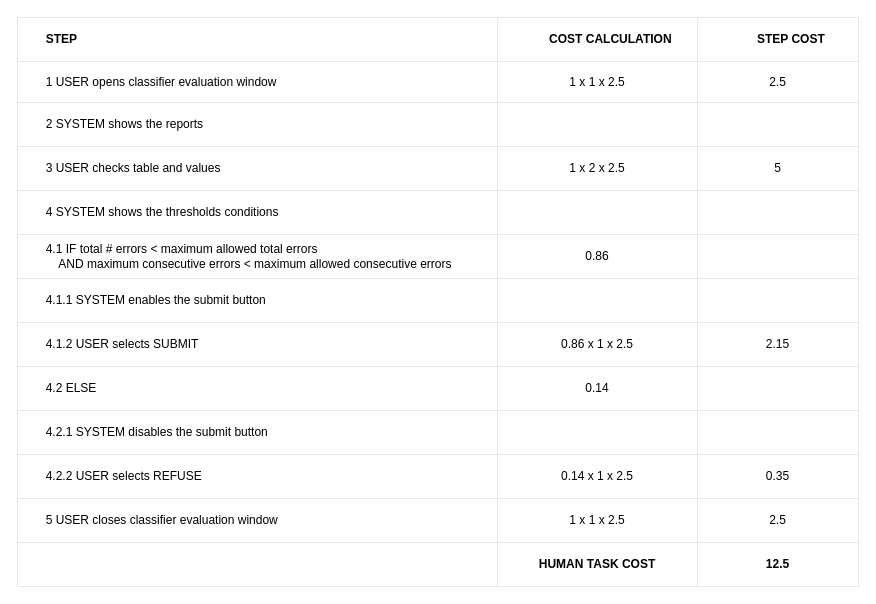
The draw.io diagram evaluate classifier (Jaco)/EVALUATE_CLASSIFIER_TABLE.drawio in BaffoBello14/AutomaticDamagesRecognition, before the edit. Source tidied: cells renumbered, new cells numbered last; positions are measured from the earlier drawing's top-left corner, leaving out a move shared by most shapes. Both pictures are drawn from the tidied source at 100%, with x=0, y=0 at pixel (17, 17).
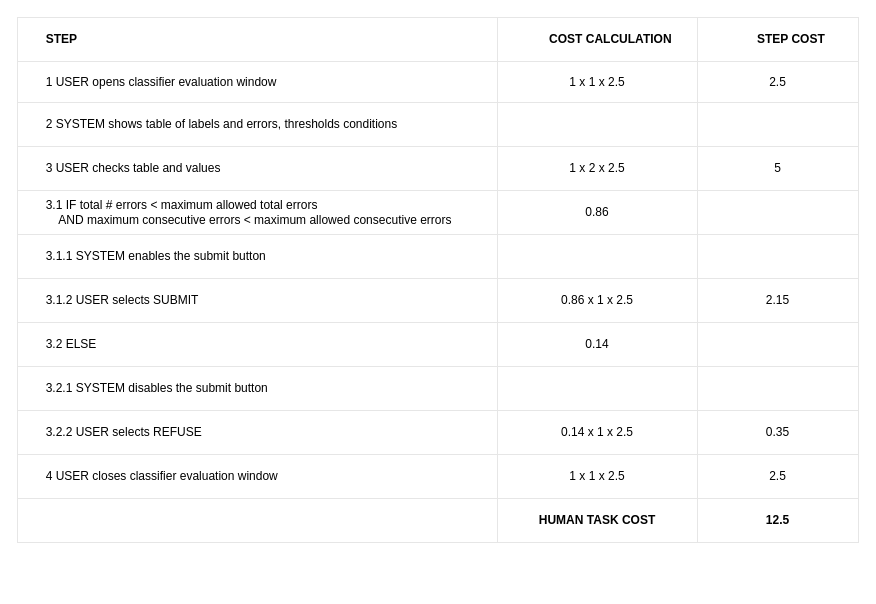
After the change.

Unchanged cells that the change refers to:
```xml
<mxCell id="11" style="shape=tableRow;horizontal=0;startSize=0;swimlaneHead=0;swimlaneBody=0;top=0;left=0;bottom=0;right=0;fontStyle=0;fillColor=none;strokeColor=inherit;align=center;" parent="2" vertex="1">
  <mxGeometry y="85" width="841" height="44" as="geometry" />
</mxCell>
```

The edit, as a diff of the source:
```diff
@@
     <mxCell id="2" style="childLayout=tableLayout;shadow=0;strokeColor=#E6E6E6;align=center;" parent="1" vertex="1">
-      <mxGeometry width="841" height="569" as="geometry" />
+      <mxGeometry width="841" height="525" as="geometry" />
     </mxCell>
@@
-    <mxCell id="12" value="&lt;span style=&quot;white-space: pre;&quot;&gt;&#9;&lt;/span&gt;2 SYSTEM shows the reports" style="strokeColor=inherit;fillColor=none;align=left;whiteSpace=wrap;html=1;labelPosition=center;verticalLabelPosition=middle;verticalAlign=middle;" parent="11" vertex="1">
+    <mxCell id="12" value="&lt;span style=&quot;&quot;&gt;&#9;&lt;/span&gt;&lt;span style=&quot;white-space: pre;&quot;&gt;&#9;&lt;/span&gt;2 SYSTEM shows table of labels and errors, thresholds conditions" style="strokeColor=inherit;fillColor=none;align=left;whiteSpace=wrap;html=1;labelPosition=center;verticalLabelPosition=middle;verticalAlign=middle;" parent="11" vertex="1">
       <mxGeometry width="480" height="44" as="geometry" />
     </mxCell>
@@
-    <mxCell id="19" style="shape=tableRow;horizontal=0;startSize=0;swimlaneHead=0;swimlaneBody=0;top=0;left=0;bottom=0;right=0;fontStyle=0;fillColor=none;strokeColor=inherit;align=center;" parent="2" vertex="1">
-      <mxGeometry y="173" width="841" height="44" as="geometry" />
-    </mxCell>
-    <mxCell id="20" value="&lt;span style=&quot;white-space: pre;&quot;&gt;&#9;&lt;/span&gt;4&amp;nbsp;SYSTEM shows the thresholds conditions" style="strokeColor=inherit;fillColor=none;align=left;whiteSpace=wrap;html=1;labelPosition=center;verticalLabelPosition=middle;verticalAlign=middle;" parent="19" vertex="1">
-      <mxGeometry width="480" height="44" as="geometry" />
-    </mxCell>
-    <mxCell id="21" style="strokeColor=inherit;fillColor=none;align=center;whiteSpace=wrap;html=1;" parent="19" vertex="1">
-      <mxGeometry x="480" width="200" height="44" as="geometry" />
-    </mxCell>
-    <mxCell id="22" style="strokeColor=inherit;fillColor=none;align=center;whiteSpace=wrap;html=1;" parent="19" vertex="1">
-      <mxGeometry x="680" width="161" height="44" as="geometry" />
-    </mxCell>
     <mxCell id="23" style="shape=tableRow;horizontal=0;startSize=0;swimlaneHead=0;swimlaneBody=0;top=0;left=0;bottom=0;right=0;fontStyle=0;fillColor=none;strokeColor=inherit;align=center;" parent="2" vertex="1">
-      <mxGeometry y="217" width="841" height="44" as="geometry" />
+      <mxGeometry y="173" width="841" height="44" as="geometry" />
     </mxCell>
-    <mxCell id="24" value="&lt;span style=&quot;white-space: pre;&quot;&gt;&#9;&lt;/span&gt;4.1&amp;nbsp;IF total # errors &amp;lt; maximum allowed total errors &lt;br&gt;&lt;span style=&quot;white-space: pre;&quot;&gt;&#9;&lt;/span&gt;&amp;nbsp; &amp;nbsp; AND maximum consecutive errors&amp;nbsp;&amp;lt; maximum allowed consecutive errors" style="strokeColor=inherit;fillColor=none;align=left;whiteSpace=wrap;html=1;labelPosition=center;verticalLabelPosition=middle;verticalAlign=middle;" parent="23" vertex="1">
+    <mxCell id="24" value="&lt;span style=&quot;white-space: pre;&quot;&gt;&#9;&lt;/span&gt;3.1&amp;nbsp;IF total # errors &amp;lt; maximum allowed total errors &lt;br&gt;&lt;span style=&quot;white-space: pre;&quot;&gt;&#9;&lt;/span&gt;&amp;nbsp; &amp;nbsp; AND maximum consecutive errors&amp;nbsp;&amp;lt; maximum allowed consecutive errors" style="strokeColor=inherit;fillColor=none;align=left;whiteSpace=wrap;html=1;labelPosition=center;verticalLabelPosition=middle;verticalAlign=middle;" parent="23" vertex="1">
       <mxGeometry width="480" height="44" as="geometry" />
     </mxCell>
@@
     <mxCell id="27" style="shape=tableRow;horizontal=0;startSize=0;swimlaneHead=0;swimlaneBody=0;top=0;left=0;bottom=0;right=0;fontStyle=0;fillColor=none;strokeColor=inherit;align=center;" parent="2" vertex="1">
-      <mxGeometry y="261" width="841" height="44" as="geometry" />
+      <mxGeometry y="217" width="841" height="44" as="geometry" />
     </mxCell>
-    <mxCell id="28" value="&lt;span style=&quot;white-space: pre;&quot;&gt;&#9;&lt;/span&gt;4.1.1 SYSTEM enables the submit button" style="strokeColor=inherit;fillColor=none;align=left;whiteSpace=wrap;html=1;labelPosition=center;verticalLabelPosition=middle;verticalAlign=middle;" parent="27" vertex="1">
+    <mxCell id="28" value="&lt;span style=&quot;white-space: pre;&quot;&gt;&#9;&lt;/span&gt;3.1.1 SYSTEM enables the submit button" style="strokeColor=inherit;fillColor=none;align=left;whiteSpace=wrap;html=1;labelPosition=center;verticalLabelPosition=middle;verticalAlign=middle;" parent="27" vertex="1">
       <mxGeometry width="480" height="44" as="geometry" />
     </mxCell>
@@
     <mxCell id="31" style="shape=tableRow;horizontal=0;startSize=0;swimlaneHead=0;swimlaneBody=0;top=0;left=0;bottom=0;right=0;fontStyle=0;fillColor=none;strokeColor=inherit;align=center;" parent="2" vertex="1">
-      <mxGeometry y="305" width="841" height="44" as="geometry" />
+      <mxGeometry y="261" width="841" height="44" as="geometry" />
     </mxCell>
-    <mxCell id="32" value="&lt;span style=&quot;white-space: pre;&quot;&gt;&#9;&lt;/span&gt;4.1.2 USER selects SUBMIT" style="strokeColor=inherit;fillColor=none;align=left;whiteSpace=wrap;html=1;labelPosition=center;verticalLabelPosition=middle;verticalAlign=middle;" parent="31" vertex="1">
+    <mxCell id="32" value="&lt;span style=&quot;white-space: pre;&quot;&gt;&#9;&lt;/span&gt;3.1.2 USER selects SUBMIT" style="strokeColor=inherit;fillColor=none;align=left;whiteSpace=wrap;html=1;labelPosition=center;verticalLabelPosition=middle;verticalAlign=middle;" parent="31" vertex="1">
       <mxGeometry width="480" height="44" as="geometry" />
     </mxCell>
@@
     <mxCell id="35" style="shape=tableRow;horizontal=0;startSize=0;swimlaneHead=0;swimlaneBody=0;top=0;left=0;bottom=0;right=0;fontStyle=0;fillColor=none;strokeColor=inherit;align=center;" parent="2" vertex="1">
-      <mxGeometry y="349" width="841" height="44" as="geometry" />
+      <mxGeometry y="305" width="841" height="44" as="geometry" />
     </mxCell>
-    <mxCell id="36" value="&lt;span style=&quot;white-space: pre;&quot;&gt;&#9;&lt;/span&gt;4.2 ELSE" style="strokeColor=inherit;fillColor=none;align=left;whiteSpace=wrap;html=1;labelPosition=center;verticalLabelPosition=middle;verticalAlign=middle;" parent="35" vertex="1">
+    <mxCell id="36" value="&lt;span style=&quot;white-space: pre;&quot;&gt;&#9;&lt;/span&gt;3.2 ELSE" style="strokeColor=inherit;fillColor=none;align=left;whiteSpace=wrap;html=1;labelPosition=center;verticalLabelPosition=middle;verticalAlign=middle;" parent="35" vertex="1">
       <mxGeometry width="480" height="44" as="geometry" />
     </mxCell>
@@
     <mxCell id="39" style="shape=tableRow;horizontal=0;startSize=0;swimlaneHead=0;swimlaneBody=0;top=0;left=0;bottom=0;right=0;fontStyle=0;fillColor=none;strokeColor=inherit;align=center;" parent="2" vertex="1">
-      <mxGeometry y="393" width="841" height="44" as="geometry" />
+      <mxGeometry y="349" width="841" height="44" as="geometry" />
     </mxCell>
-    <mxCell id="40" value="&lt;span style=&quot;white-space: pre;&quot;&gt;&#9;&lt;/span&gt;4.2.1 SYSTEM disables the submit button" style="strokeColor=inherit;fillColor=none;align=left;whiteSpace=wrap;html=1;labelPosition=center;verticalLabelPosition=middle;verticalAlign=middle;" parent="39" vertex="1">
+    <mxCell id="40" value="&lt;span style=&quot;white-space: pre;&quot;&gt;&#9;&lt;/span&gt;3.2.1 SYSTEM disables the submit button" style="strokeColor=inherit;fillColor=none;align=left;whiteSpace=wrap;html=1;labelPosition=center;verticalLabelPosition=middle;verticalAlign=middle;" parent="39" vertex="1">
       <mxGeometry width="480" height="44" as="geometry" />
     </mxCell>
@@
     <mxCell id="43" style="shape=tableRow;horizontal=0;startSize=0;swimlaneHead=0;swimlaneBody=0;top=0;left=0;bottom=0;right=0;fontStyle=0;fillColor=none;strokeColor=inherit;align=center;" parent="2" vertex="1">
-      <mxGeometry y="437" width="841" height="44" as="geometry" />
+      <mxGeometry y="393" width="841" height="44" as="geometry" />
     </mxCell>
-    <mxCell id="44" value="&#9;&lt;span style=&quot;white-space: pre;&quot;&gt;&#9;&lt;/span&gt;4.2.2 USER selects REFUSE" style="strokeColor=inherit;fillColor=none;align=left;whiteSpace=wrap;html=1;labelPosition=center;verticalLabelPosition=middle;verticalAlign=middle;" parent="43" vertex="1">
+    <mxCell id="44" value="&#9;&lt;span style=&quot;white-space: pre;&quot;&gt;&#9;&lt;/span&gt;3.2.2 USER selects REFUSE" style="strokeColor=inherit;fillColor=none;align=left;whiteSpace=wrap;html=1;labelPosition=center;verticalLabelPosition=middle;verticalAlign=middle;" parent="43" vertex="1">
       <mxGeometry width="480" height="44" as="geometry" />
     </mxCell>
@@
     <mxCell id="47" style="shape=tableRow;horizontal=0;startSize=0;swimlaneHead=0;swimlaneBody=0;top=0;left=0;bottom=0;right=0;fontStyle=0;fillColor=none;strokeColor=inherit;align=center;" parent="2" vertex="1">
-      <mxGeometry y="481" width="841" height="44" as="geometry" />
+      <mxGeometry y="437" width="841" height="44" as="geometry" />
     </mxCell>
-    <mxCell id="48" value="&lt;span style=&quot;white-space: pre;&quot;&gt;&#9;&lt;/span&gt;5&amp;nbsp;USER closes classifier evaluation window&amp;nbsp;" style="strokeColor=inherit;fillColor=none;align=left;whiteSpace=wrap;html=1;labelPosition=center;verticalLabelPosition=middle;verticalAlign=middle;" parent="47" vertex="1">
+    <mxCell id="48" value="&lt;span style=&quot;white-space: pre;&quot;&gt;&#9;&lt;/span&gt;4&amp;nbsp;USER closes classifier evaluation window&amp;nbsp;" style="strokeColor=inherit;fillColor=none;align=left;whiteSpace=wrap;html=1;labelPosition=center;verticalLabelPosition=middle;verticalAlign=middle;" parent="47" vertex="1">
       <mxGeometry width="480" height="44" as="geometry" />
     </mxCell>
@@
     <mxCell id="51" style="shape=tableRow;horizontal=0;startSize=0;swimlaneHead=0;swimlaneBody=0;top=0;left=0;bottom=0;right=0;fontStyle=0;fillColor=none;strokeColor=inherit;align=center;" parent="2" vertex="1">
-      <mxGeometry y="525" width="841" height="44" as="geometry" />
+      <mxGeometry y="481" width="841" height="44" as="geometry" />
     </mxCell>
```
